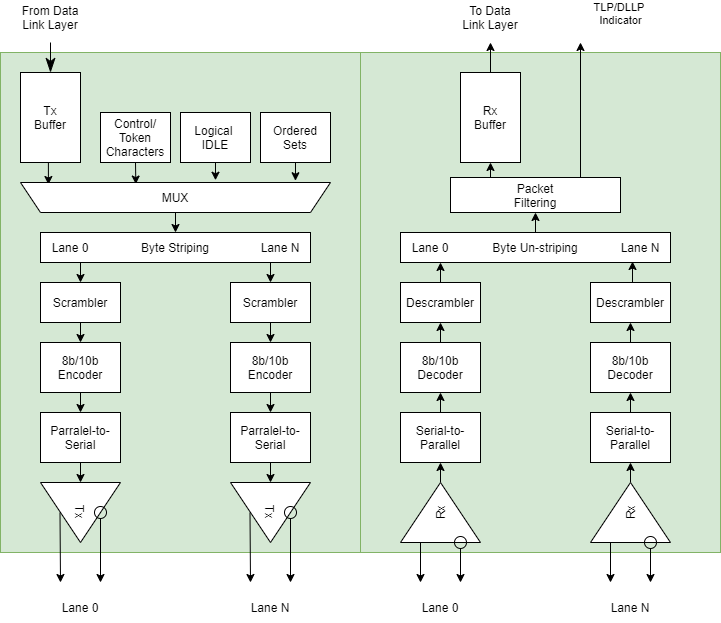
The draw.io diagram doc/pic/physical-layer-details.png in PavlenkoG/ECP5_PCIE_Analyzer, before a commit. Source tidied: cells renumbered, new cells last; positions are measured from the earlier drawing's top-left corner, leaving out a move shared by most shapes. Its diagram source:
```xml
<mxGraphModel>
  <root>
    <mxCell id="0" />
    <mxCell id="1" parent="0" />
    <mxCell id="2" style="rounded=0;whiteSpace=wrap;html=1;fillColor=#d5e8d4;strokeColor=#82b366;" parent="1" vertex="1">
      <mxGeometry x="360" y="50" width="360" height="500" as="geometry" />
    </mxCell>
    <mxCell id="3" style="rounded=0;whiteSpace=wrap;html=1;fillColor=#d5e8d4;strokeColor=#82b366;" parent="1" vertex="1">
      <mxGeometry y="50" width="360" height="500" as="geometry" />
    </mxCell>
    <mxCell id="4" style="edgeStyle=orthogonalEdgeStyle;rounded=0;jettySize=auto;html=1;exitX=0.5;exitY=1;exitDx=0;exitDy=0;entryX=0.91;entryY=0.933;entryDx=0;entryDy=0;entryPerimeter=0;startArrow=none;startFill=0;endArrow=classic;endFill=1;startSize=12;endSize=6;" parent="1" edge="1" source="6" target="13">
      <mxGeometry relative="1" as="geometry" />
    </mxCell>
    <mxCell id="5" style="edgeStyle=orthogonalEdgeStyle;rounded=0;jettySize=auto;html=1;exitX=0.5;exitY=0;exitDx=0;exitDy=0;startArrow=classicThin;startFill=1;endArrow=none;endFill=0;startSize=12;endSize=6;" parent="1" edge="1" source="6">
      <mxGeometry relative="1" as="geometry">
        <mxPoint x="50" y="40" as="targetPoint" />
      </mxGeometry>
    </mxCell>
    <mxCell id="6" value="Tx&lt;br&gt;Buffer" style="rounded=0;whiteSpace=wrap;html=1;" parent="1" vertex="1">
      <mxGeometry x="20" y="70" width="60" height="90" as="geometry" />
    </mxCell>
    <mxCell id="7" style="edgeStyle=orthogonalEdgeStyle;rounded=0;jettySize=auto;html=1;exitX=0.5;exitY=1;exitDx=0;exitDy=0;startArrow=none;startFill=0;endArrow=classic;endFill=1;startSize=12;endSize=6;entryX=0.628;entryY=0.948;entryDx=0;entryDy=0;entryPerimeter=0;" parent="1" edge="1" source="8" target="13">
      <mxGeometry relative="1" as="geometry" />
    </mxCell>
    <mxCell id="8" value="Control/&lt;br&gt;Token&lt;br&gt;Characters" style="rounded=0;whiteSpace=wrap;html=1;" parent="1" vertex="1">
      <mxGeometry x="100" y="110" width="70" height="50" as="geometry" />
    </mxCell>
    <mxCell id="9" style="edgeStyle=orthogonalEdgeStyle;rounded=0;jettySize=auto;html=1;exitX=0.5;exitY=1;exitDx=0;exitDy=0;entryX=0.371;entryY=1.075;entryDx=0;entryDy=0;entryPerimeter=0;startArrow=none;startFill=0;endArrow=classic;endFill=1;startSize=12;endSize=6;" parent="1" edge="1" source="10" target="13">
      <mxGeometry relative="1" as="geometry" />
    </mxCell>
    <mxCell id="10" value="Logical &lt;br&gt;IDLE" style="rounded=0;whiteSpace=wrap;html=1;" parent="1" vertex="1">
      <mxGeometry x="180" y="110" width="70" height="50" as="geometry" />
    </mxCell>
    <mxCell id="11" style="edgeStyle=orthogonalEdgeStyle;rounded=0;jettySize=auto;html=1;exitX=0.5;exitY=1;exitDx=0;exitDy=0;entryX=0.113;entryY=1.059;entryDx=0;entryDy=0;entryPerimeter=0;startArrow=none;startFill=0;endArrow=classic;endFill=1;startSize=12;endSize=6;" parent="1" edge="1" source="12" target="13">
      <mxGeometry relative="1" as="geometry" />
    </mxCell>
    <mxCell id="12" value="Ordered&lt;br&gt;Sets" style="rounded=0;whiteSpace=wrap;html=1;" parent="1" vertex="1">
      <mxGeometry x="260" y="110" width="70" height="50" as="geometry" />
    </mxCell>
    <mxCell id="13" style="shape=trapezoid;perimeter=trapezoidPerimeter;whiteSpace=wrap;html=1;fixedSize=1;rotation=-180;horizontal=1;size=20;" parent="1" vertex="1">
      <mxGeometry x="20" y="180" width="310" height="30" as="geometry" />
    </mxCell>
    <mxCell id="14" value="Byte Striping" style="rounded=0;whiteSpace=wrap;html=1;" parent="1" vertex="1">
      <mxGeometry x="40" y="230" width="270" height="30" as="geometry" />
    </mxCell>
    <mxCell id="15" style="edgeStyle=orthogonalEdgeStyle;rounded=0;jettySize=auto;html=1;exitX=0.5;exitY=1;exitDx=0;exitDy=0;entryX=0.5;entryY=0;entryDx=0;entryDy=0;startArrow=none;startFill=0;endArrow=classic;endFill=1;startSize=12;endSize=6;" parent="1" edge="1" source="16" target="18">
      <mxGeometry relative="1" as="geometry" />
    </mxCell>
    <mxCell id="16" value="Scrambler" style="rounded=0;whiteSpace=wrap;html=1;" parent="1" vertex="1">
      <mxGeometry x="40" y="280" width="80" height="40" as="geometry" />
    </mxCell>
    <mxCell id="17" style="edgeStyle=orthogonalEdgeStyle;rounded=0;jettySize=auto;html=1;exitX=0.5;exitY=1;exitDx=0;exitDy=0;entryX=0.5;entryY=0;entryDx=0;entryDy=0;startArrow=none;startFill=0;endArrow=classic;endFill=1;startSize=12;endSize=6;" parent="1" edge="1" source="18" target="20">
      <mxGeometry relative="1" as="geometry" />
    </mxCell>
    <mxCell id="18" value="8b/10b&lt;br&gt;Encoder" style="rounded=0;whiteSpace=wrap;html=1;" parent="1" vertex="1">
      <mxGeometry x="40" y="340" width="80" height="50" as="geometry" />
    </mxCell>
    <mxCell id="19" style="edgeStyle=orthogonalEdgeStyle;rounded=0;jettySize=auto;html=1;exitX=0.5;exitY=1;exitDx=0;exitDy=0;entryX=0;entryY=0.5;entryDx=0;entryDy=0;startArrow=none;startFill=0;endArrow=classic;endFill=1;startSize=12;endSize=6;" parent="1" edge="1" source="20" target="21">
      <mxGeometry relative="1" as="geometry" />
    </mxCell>
    <mxCell id="20" value="Parralel-to-Serial" style="rounded=0;whiteSpace=wrap;html=1;" parent="1" vertex="1">
      <mxGeometry x="40" y="410" width="80" height="50" as="geometry" />
    </mxCell>
    <mxCell id="21" value="Tx" style="triangle;whiteSpace=wrap;html=1;rotation=90;" parent="1" vertex="1">
      <mxGeometry x="50" y="470" width="60" height="80" as="geometry" />
    </mxCell>
    <mxCell id="22" style="endArrow=classic;html=1;rounded=0;startArrow=none;startFill=0;endFill=1;" parent="1" edge="1">
      <mxGeometry relative="1" as="geometry">
        <mxPoint x="59.5" y="510" as="sourcePoint" />
        <mxPoint x="60" y="580" as="targetPoint" />
      </mxGeometry>
    </mxCell>
    <mxCell id="23" style="endArrow=classic;html=1;rounded=0;startArrow=oval;startFill=0;endFill=1;endSize=6;startSize=12;" parent="1" edge="1">
      <mxGeometry relative="1" as="geometry">
        <mxPoint x="100" y="510" as="sourcePoint" />
        <mxPoint x="100" y="580" as="targetPoint" />
      </mxGeometry>
    </mxCell>
    <mxCell id="24" style="edgeStyle=orthogonalEdgeStyle;rounded=0;jettySize=auto;html=1;exitX=0.5;exitY=1;exitDx=0;exitDy=0;entryX=0.5;entryY=0;entryDx=0;entryDy=0;startArrow=none;startFill=0;endArrow=classic;endFill=1;startSize=12;endSize=6;" parent="1" edge="1" source="25" target="27">
      <mxGeometry relative="1" as="geometry" />
    </mxCell>
    <mxCell id="25" value="Scrambler" style="rounded=0;whiteSpace=wrap;html=1;" parent="1" vertex="1">
      <mxGeometry x="230" y="280" width="80" height="40" as="geometry" />
    </mxCell>
    <mxCell id="26" style="edgeStyle=orthogonalEdgeStyle;rounded=0;jettySize=auto;html=1;exitX=0.5;exitY=1;exitDx=0;exitDy=0;entryX=0.5;entryY=0;entryDx=0;entryDy=0;startArrow=none;startFill=0;endArrow=classic;endFill=1;startSize=12;endSize=6;" parent="1" edge="1" source="27" target="29">
      <mxGeometry relative="1" as="geometry" />
    </mxCell>
    <mxCell id="27" value="8b/10b&lt;br&gt;Encoder" style="rounded=0;whiteSpace=wrap;html=1;" parent="1" vertex="1">
      <mxGeometry x="230" y="340" width="80" height="50" as="geometry" />
    </mxCell>
    <mxCell id="28" style="edgeStyle=orthogonalEdgeStyle;rounded=0;jettySize=auto;html=1;exitX=0.5;exitY=1;exitDx=0;exitDy=0;entryX=0;entryY=0.5;entryDx=0;entryDy=0;startArrow=none;startFill=0;endArrow=classic;endFill=1;startSize=12;endSize=6;" parent="1" edge="1" source="29" target="30">
      <mxGeometry relative="1" as="geometry" />
    </mxCell>
    <mxCell id="29" value="Parralel-to-Serial" style="rounded=0;whiteSpace=wrap;html=1;" parent="1" vertex="1">
      <mxGeometry x="230" y="410" width="80" height="50" as="geometry" />
    </mxCell>
    <mxCell id="30" value="Tx" style="triangle;whiteSpace=wrap;html=1;rotation=90;" parent="1" vertex="1">
      <mxGeometry x="240" y="470" width="60" height="80" as="geometry" />
    </mxCell>
    <mxCell id="31" style="endArrow=classic;html=1;rounded=0;startArrow=none;startFill=0;endFill=1;" parent="1" edge="1">
      <mxGeometry relative="1" as="geometry">
        <mxPoint x="249.5" y="510" as="sourcePoint" />
        <mxPoint x="250" y="580" as="targetPoint" />
      </mxGeometry>
    </mxCell>
    <mxCell id="32" style="endArrow=classic;html=1;rounded=0;startArrow=oval;startFill=0;endFill=1;endSize=6;startSize=12;" parent="1" edge="1">
      <mxGeometry relative="1" as="geometry">
        <mxPoint x="290" y="510" as="sourcePoint" />
        <mxPoint x="290" y="580" as="targetPoint" />
      </mxGeometry>
    </mxCell>
    <mxCell id="33" style="edgeStyle=orthogonalEdgeStyle;rounded=0;jettySize=auto;html=1;exitX=0.75;exitY=1;exitDx=0;exitDy=0;entryX=0.5;entryY=0;entryDx=0;entryDy=0;startArrow=none;startFill=0;endArrow=classic;endFill=1;startSize=12;endSize=6;" parent="1" edge="1" source="34" target="16">
      <mxGeometry relative="1" as="geometry" />
    </mxCell>
    <mxCell id="34" value="Lane 0" style="text;html=1;strokeColor=none;fillColor=none;align=center;verticalAlign=middle;whiteSpace=wrap;rounded=0;" parent="1" vertex="1">
      <mxGeometry x="40" y="230" width="60" height="30" as="geometry" />
    </mxCell>
    <mxCell id="35" style="edgeStyle=orthogonalEdgeStyle;rounded=0;jettySize=auto;html=1;exitX=0.5;exitY=1;exitDx=0;exitDy=0;entryX=0.5;entryY=0;entryDx=0;entryDy=0;startArrow=none;startFill=0;endArrow=classic;endFill=1;startSize=12;endSize=6;" parent="1" edge="1" source="36" target="25">
      <mxGeometry relative="1" as="geometry" />
    </mxCell>
    <mxCell id="36" value="Lane N" style="text;html=1;strokeColor=none;fillColor=none;align=center;verticalAlign=middle;whiteSpace=wrap;rounded=0;" parent="1" vertex="1">
      <mxGeometry x="250" y="230" width="60" height="30" as="geometry" />
    </mxCell>
    <mxCell id="37" value="Lane N" style="text;html=1;strokeColor=none;fillColor=none;align=center;verticalAlign=middle;whiteSpace=wrap;rounded=0;" parent="1" vertex="1">
      <mxGeometry x="240" y="590" width="60" height="30" as="geometry" />
    </mxCell>
    <mxCell id="38" value="Lane 0" style="text;html=1;strokeColor=none;fillColor=none;align=center;verticalAlign=middle;whiteSpace=wrap;rounded=0;" parent="1" vertex="1">
      <mxGeometry x="50" y="590" width="60" height="30" as="geometry" />
    </mxCell>
    <mxCell id="39" style="edgeStyle=orthogonalEdgeStyle;rounded=0;jettySize=auto;html=1;exitX=0.5;exitY=1;exitDx=0;exitDy=0;entryX=0.5;entryY=0;entryDx=0;entryDy=0;startArrow=none;startFill=0;endArrow=classic;endFill=1;startSize=12;endSize=6;" parent="1" edge="1" source="40" target="14">
      <mxGeometry relative="1" as="geometry" />
    </mxCell>
    <mxCell id="40" value="MUX" style="text;html=1;strokeColor=none;fillColor=none;align=center;verticalAlign=middle;whiteSpace=wrap;rounded=0;" parent="1" vertex="1">
      <mxGeometry x="145" y="180" width="60" height="30" as="geometry" />
    </mxCell>
    <mxCell id="41" style="edgeStyle=orthogonalEdgeStyle;rounded=0;jettySize=auto;html=1;exitX=0.5;exitY=0;exitDx=0;exitDy=0;startArrow=none;startFill=0;endArrow=classic;endFill=1;startSize=12;endSize=6;" parent="1" edge="1" source="42">
      <mxGeometry relative="1" as="geometry">
        <mxPoint x="490" y="40" as="targetPoint" />
      </mxGeometry>
    </mxCell>
    <mxCell id="42" value="Rx&lt;br&gt;Buffer" style="rounded=0;whiteSpace=wrap;html=1;" parent="1" vertex="1">
      <mxGeometry x="460" y="70" width="60" height="90" as="geometry" />
    </mxCell>
    <mxCell id="43" style="edgeStyle=orthogonalEdgeStyle;rounded=0;jettySize=auto;html=1;exitX=0.5;exitY=0;exitDx=0;exitDy=0;entryX=0.5;entryY=1;entryDx=0;entryDy=0;startArrow=none;startFill=0;endArrow=classic;endFill=1;startSize=12;endSize=6;" parent="1" edge="1" source="44" target="71">
      <mxGeometry relative="1" as="geometry" />
    </mxCell>
    <mxCell id="44" value="Byte Un-striping" style="rounded=0;whiteSpace=wrap;html=1;" parent="1" vertex="1">
      <mxGeometry x="400" y="230" width="270" height="30" as="geometry" />
    </mxCell>
    <mxCell id="45" style="edgeStyle=orthogonalEdgeStyle;rounded=0;jettySize=auto;html=1;exitX=0.5;exitY=0;exitDx=0;exitDy=0;startArrow=none;startFill=0;endArrow=classic;endFill=1;startSize=12;endSize=6;" parent="1" edge="1" source="46">
      <mxGeometry relative="1" as="geometry">
        <mxPoint x="440" y="260" as="targetPoint" />
      </mxGeometry>
    </mxCell>
    <mxCell id="46" value="Descrambler" style="rounded=0;whiteSpace=wrap;html=1;" parent="1" vertex="1">
      <mxGeometry x="400" y="280" width="80" height="40" as="geometry" />
    </mxCell>
    <mxCell id="47" style="edgeStyle=orthogonalEdgeStyle;rounded=0;jettySize=auto;html=1;exitX=0.5;exitY=0;exitDx=0;exitDy=0;entryX=0.5;entryY=1;entryDx=0;entryDy=0;startArrow=none;startFill=0;endArrow=classic;endFill=1;startSize=12;endSize=6;" parent="1" edge="1" source="48" target="46">
      <mxGeometry relative="1" as="geometry" />
    </mxCell>
    <mxCell id="48" value="8b/10b&lt;br&gt;Decoder" style="rounded=0;whiteSpace=wrap;html=1;" parent="1" vertex="1">
      <mxGeometry x="400" y="340" width="80" height="50" as="geometry" />
    </mxCell>
    <mxCell id="49" style="edgeStyle=orthogonalEdgeStyle;rounded=0;jettySize=auto;html=1;exitX=0.5;exitY=0;exitDx=0;exitDy=0;entryX=0.5;entryY=1;entryDx=0;entryDy=0;startArrow=none;startFill=0;endArrow=classic;endFill=1;startSize=12;endSize=6;" parent="1" edge="1" source="50" target="48">
      <mxGeometry relative="1" as="geometry" />
    </mxCell>
    <mxCell id="50" value="Serial-to-Parallel" style="rounded=0;whiteSpace=wrap;html=1;" parent="1" vertex="1">
      <mxGeometry x="400" y="410" width="80" height="50" as="geometry" />
    </mxCell>
    <mxCell id="51" style="edgeStyle=orthogonalEdgeStyle;rounded=0;jettySize=auto;html=1;exitX=1;exitY=0.5;exitDx=0;exitDy=0;entryX=0.5;entryY=1;entryDx=0;entryDy=0;startArrow=none;startFill=0;endArrow=classic;endFill=1;startSize=12;endSize=6;" parent="1" edge="1" source="52" target="50">
      <mxGeometry relative="1" as="geometry" />
    </mxCell>
    <mxCell id="52" value="Rx" style="triangle;whiteSpace=wrap;html=1;rotation=-90;" parent="1" vertex="1">
      <mxGeometry x="410" y="470" width="60" height="80" as="geometry" />
    </mxCell>
    <mxCell id="53" style="endArrow=classic;html=1;rounded=0;startArrow=none;startFill=0;endFill=1;exitX=0;exitY=0.25;exitDx=0;exitDy=0;" parent="1" edge="1" source="52">
      <mxGeometry relative="1" as="geometry">
        <mxPoint x="420" y="580" as="targetPoint" />
      </mxGeometry>
    </mxCell>
    <mxCell id="54" style="endArrow=classic;html=1;rounded=0;startArrow=oval;startFill=0;endFill=1;endSize=6;startSize=12;" parent="1" edge="1">
      <mxGeometry relative="1" as="geometry">
        <mxPoint x="460" y="540" as="sourcePoint" />
        <mxPoint x="460" y="580" as="targetPoint" />
      </mxGeometry>
    </mxCell>
    <mxCell id="55" style="edgeStyle=orthogonalEdgeStyle;rounded=0;jettySize=auto;html=1;exitX=0.5;exitY=0;exitDx=0;exitDy=0;entryX=0.367;entryY=0.967;entryDx=0;entryDy=0;entryPerimeter=0;startArrow=none;startFill=0;endArrow=classic;endFill=1;startSize=12;endSize=6;" parent="1" edge="1" source="56" target="60">
      <mxGeometry relative="1" as="geometry" />
    </mxCell>
    <mxCell id="56" value="Descrambler" style="rounded=0;whiteSpace=wrap;html=1;" parent="1" vertex="1">
      <mxGeometry x="590" y="280" width="80" height="40" as="geometry" />
    </mxCell>
    <mxCell id="57" style="edgeStyle=orthogonalEdgeStyle;rounded=0;jettySize=auto;html=1;exitX=0.5;exitY=0;exitDx=0;exitDy=0;entryX=0.5;entryY=1;entryDx=0;entryDy=0;startArrow=none;startFill=0;endArrow=classic;endFill=1;startSize=12;endSize=6;" parent="1" edge="1" source="58" target="56">
      <mxGeometry relative="1" as="geometry" />
    </mxCell>
    <mxCell id="58" value="8b/10b&lt;br&gt;Decoder" style="rounded=0;whiteSpace=wrap;html=1;" parent="1" vertex="1">
      <mxGeometry x="590" y="340" width="80" height="50" as="geometry" />
    </mxCell>
    <mxCell id="59" value="Lane 0" style="text;html=1;strokeColor=none;fillColor=none;align=center;verticalAlign=middle;whiteSpace=wrap;rounded=0;" parent="1" vertex="1">
      <mxGeometry x="400" y="230" width="60" height="30" as="geometry" />
    </mxCell>
    <mxCell id="60" value="Lane N" style="text;html=1;strokeColor=none;fillColor=none;align=center;verticalAlign=middle;whiteSpace=wrap;rounded=0;" parent="1" vertex="1">
      <mxGeometry x="610" y="230" width="60" height="30" as="geometry" />
    </mxCell>
    <mxCell id="61" value="Lane N" style="text;html=1;strokeColor=none;fillColor=none;align=center;verticalAlign=middle;whiteSpace=wrap;rounded=0;" parent="1" vertex="1">
      <mxGeometry x="600" y="590" width="60" height="30" as="geometry" />
    </mxCell>
    <mxCell id="62" value="Lane 0" style="text;html=1;strokeColor=none;fillColor=none;align=center;verticalAlign=middle;whiteSpace=wrap;rounded=0;" parent="1" vertex="1">
      <mxGeometry x="410" y="590" width="60" height="30" as="geometry" />
    </mxCell>
    <mxCell id="63" style="edgeStyle=orthogonalEdgeStyle;rounded=0;jettySize=auto;html=1;exitX=1;exitY=0.5;exitDx=0;exitDy=0;entryX=0.5;entryY=1;entryDx=0;entryDy=0;startArrow=none;startFill=0;endArrow=classic;endFill=1;startSize=12;endSize=6;" parent="1" edge="1" source="64" target="68">
      <mxGeometry relative="1" as="geometry" />
    </mxCell>
    <mxCell id="64" value="Rx" style="triangle;whiteSpace=wrap;html=1;rotation=-90;" parent="1" vertex="1">
      <mxGeometry x="600" y="470" width="60" height="80" as="geometry" />
    </mxCell>
    <mxCell id="65" style="endArrow=classic;html=1;rounded=0;startArrow=none;startFill=0;endFill=1;exitX=0;exitY=0.25;exitDx=0;exitDy=0;" parent="1" edge="1" source="64">
      <mxGeometry relative="1" as="geometry">
        <mxPoint x="610" y="580" as="targetPoint" />
      </mxGeometry>
    </mxCell>
    <mxCell id="66" style="endArrow=classic;html=1;rounded=0;startArrow=oval;startFill=0;endFill=1;endSize=6;startSize=12;" parent="1" edge="1">
      <mxGeometry relative="1" as="geometry">
        <mxPoint x="650" y="540" as="sourcePoint" />
        <mxPoint x="650" y="580" as="targetPoint" />
      </mxGeometry>
    </mxCell>
    <mxCell id="67" style="edgeStyle=orthogonalEdgeStyle;rounded=0;jettySize=auto;html=1;exitX=0.5;exitY=0;exitDx=0;exitDy=0;entryX=0.5;entryY=1;entryDx=0;entryDy=0;startArrow=none;startFill=0;endArrow=classic;endFill=1;startSize=12;endSize=6;" parent="1" edge="1" source="68" target="58">
      <mxGeometry relative="1" as="geometry" />
    </mxCell>
    <mxCell id="68" value="Serial-to-Parallel" style="rounded=0;whiteSpace=wrap;html=1;" parent="1" vertex="1">
      <mxGeometry x="590" y="410" width="80" height="50" as="geometry" />
    </mxCell>
    <mxCell id="69" value="TLP/DLLP &lt;br&gt;Indicator" style="edgeStyle=orthogonalEdgeStyle;rounded=0;jettySize=auto;html=1;exitX=0.75;exitY=0;exitDx=0;exitDy=0;startArrow=none;startFill=0;endArrow=classic;endFill=1;startSize=12;endSize=6;" parent="1" edge="1" source="71">
      <mxGeometry x="1" y="-50" relative="1" as="geometry">
        <mxPoint x="580" y="40" as="targetPoint" />
        <Array as="points">
          <mxPoint x="580" y="175" />
        </Array>
        <mxPoint x="-10" y="-29" as="offset" />
      </mxGeometry>
    </mxCell>
    <mxCell id="70" style="edgeStyle=orthogonalEdgeStyle;rounded=0;jettySize=auto;html=1;exitX=0.25;exitY=0;exitDx=0;exitDy=0;entryX=0.5;entryY=1;entryDx=0;entryDy=0;startArrow=none;startFill=0;endArrow=classic;endFill=1;startSize=12;endSize=6;" parent="1" edge="1" source="71" target="42">
      <mxGeometry relative="1" as="geometry" />
    </mxCell>
    <mxCell id="71" value="Packet&lt;br&gt;Filtering" style="rounded=0;whiteSpace=wrap;html=1;" parent="1" vertex="1">
      <mxGeometry x="450" y="175" width="170" height="35" as="geometry" />
    </mxCell>
    <mxCell id="72" value="From Data Link Layer" style="text;html=1;strokeColor=none;fillColor=none;align=center;verticalAlign=middle;whiteSpace=wrap;rounded=0;" parent="1" vertex="1">
      <mxGeometry x="20" width="60" height="30" as="geometry" />
    </mxCell>
    <mxCell id="73" value="To Data Link Layer" style="text;html=1;strokeColor=none;fillColor=none;align=center;verticalAlign=middle;whiteSpace=wrap;rounded=0;" parent="1" vertex="1">
      <mxGeometry x="460" width="60" height="30" as="geometry" />
    </mxCell>
  </root>
</mxGraphModel>
```
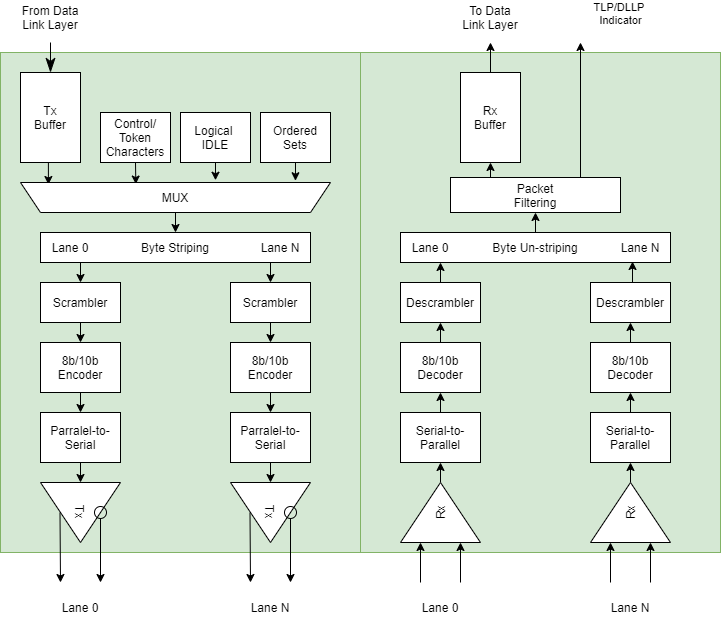
The same diagram one commit later.

What changed in the source:
```diff
@@ -173,12 +173,12 @@
     <mxCell id="52" value="Rx" style="triangle;whiteSpace=wrap;html=1;rotation=-90;" parent="1" vertex="1">
       <mxGeometry x="410" y="470" width="60" height="80" as="geometry" />
     </mxCell>
-    <mxCell id="53" style="endArrow=classic;html=1;rounded=0;startArrow=none;startFill=0;endFill=1;exitX=0;exitY=0.25;exitDx=0;exitDy=0;" parent="1" edge="1" source="52">
+    <mxCell id="53" style="endArrow=none;html=1;rounded=0;startArrow=classic;startFill=1;endFill=0;exitX=0;exitY=0.25;exitDx=0;exitDy=0;" parent="1" edge="1" source="52">
       <mxGeometry relative="1" as="geometry">
         <mxPoint x="420" y="580" as="targetPoint" />
       </mxGeometry>
     </mxCell>
-    <mxCell id="54" style="endArrow=classic;html=1;rounded=0;startArrow=oval;startFill=0;endFill=1;endSize=6;startSize=12;" parent="1" edge="1">
+    <mxCell id="54" style="endArrow=none;html=1;rounded=0;startArrow=classic;startFill=1;endFill=0;endSize=6;startSize=6;" parent="1" edge="1">
       <mxGeometry relative="1" as="geometry">
         <mxPoint x="460" y="540" as="sourcePoint" />
         <mxPoint x="460" y="580" as="targetPoint" />
@@ -214,12 +214,12 @@
     <mxCell id="64" value="Rx" style="triangle;whiteSpace=wrap;html=1;rotation=-90;" parent="1" vertex="1">
       <mxGeometry x="600" y="470" width="60" height="80" as="geometry" />
     </mxCell>
-    <mxCell id="65" style="endArrow=classic;html=1;rounded=0;startArrow=none;startFill=0;endFill=1;exitX=0;exitY=0.25;exitDx=0;exitDy=0;" parent="1" edge="1" source="64">
+    <mxCell id="65" style="endArrow=none;html=1;rounded=0;startArrow=classic;startFill=1;endFill=0;exitX=0;exitY=0.25;exitDx=0;exitDy=0;" parent="1" edge="1" source="64">
       <mxGeometry relative="1" as="geometry">
         <mxPoint x="610" y="580" as="targetPoint" />
       </mxGeometry>
     </mxCell>
-    <mxCell id="66" style="endArrow=classic;html=1;rounded=0;startArrow=oval;startFill=0;endFill=1;endSize=6;startSize=12;" parent="1" edge="1">
+    <mxCell id="66" style="endArrow=none;html=1;rounded=0;startArrow=classic;startFill=1;endFill=0;endSize=6;startSize=6;" parent="1" edge="1">
       <mxGeometry relative="1" as="geometry">
         <mxPoint x="650" y="540" as="sourcePoint" />
         <mxPoint x="650" y="580" as="targetPoint" />
```
